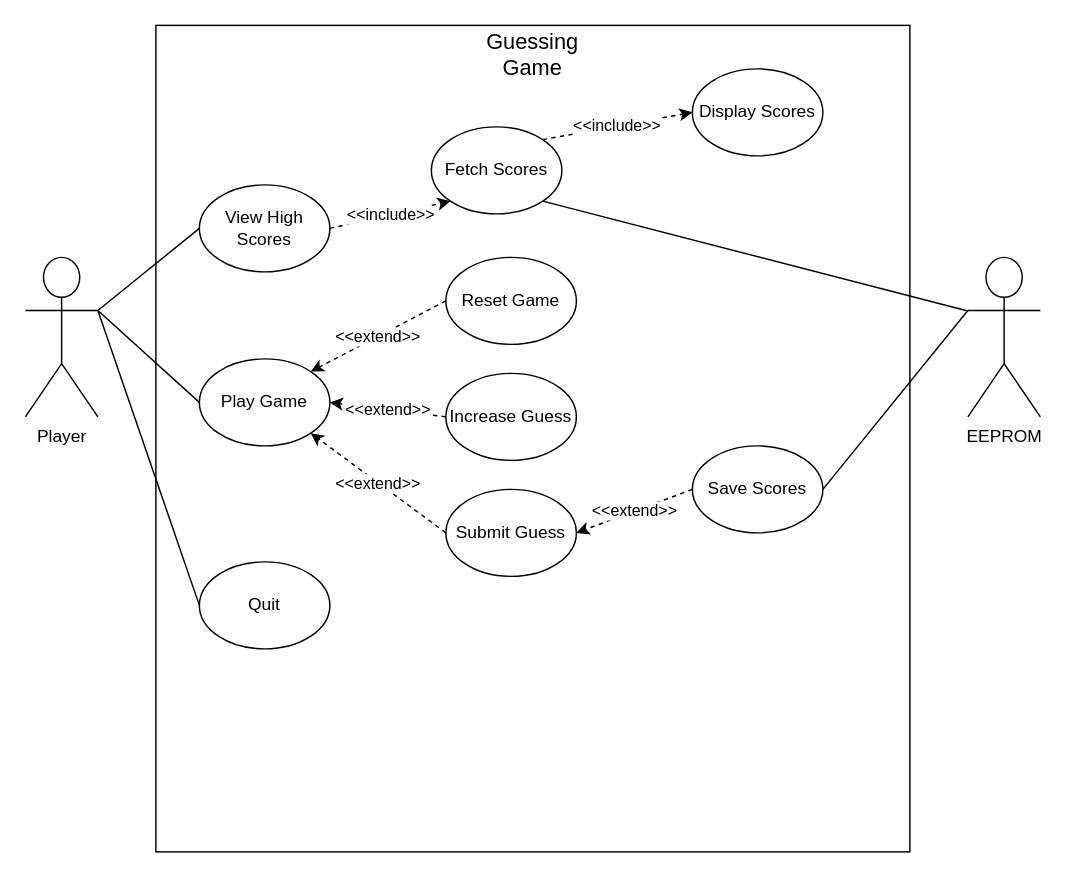
Above: Practical-3/EEE-guessing-game-Use-case diagram.drawio in Kore-rep/eee-3096s-practical-work (draw.io), before the change. Source tidied: cells renumbered, new cells numbered last; positions are measured from the earlier drawing's top-left corner, leaving out a move shared by most shapes. Both pictures are drawn from the tidied source at 145%, with x=0, y=0 at pixel (25, 25).
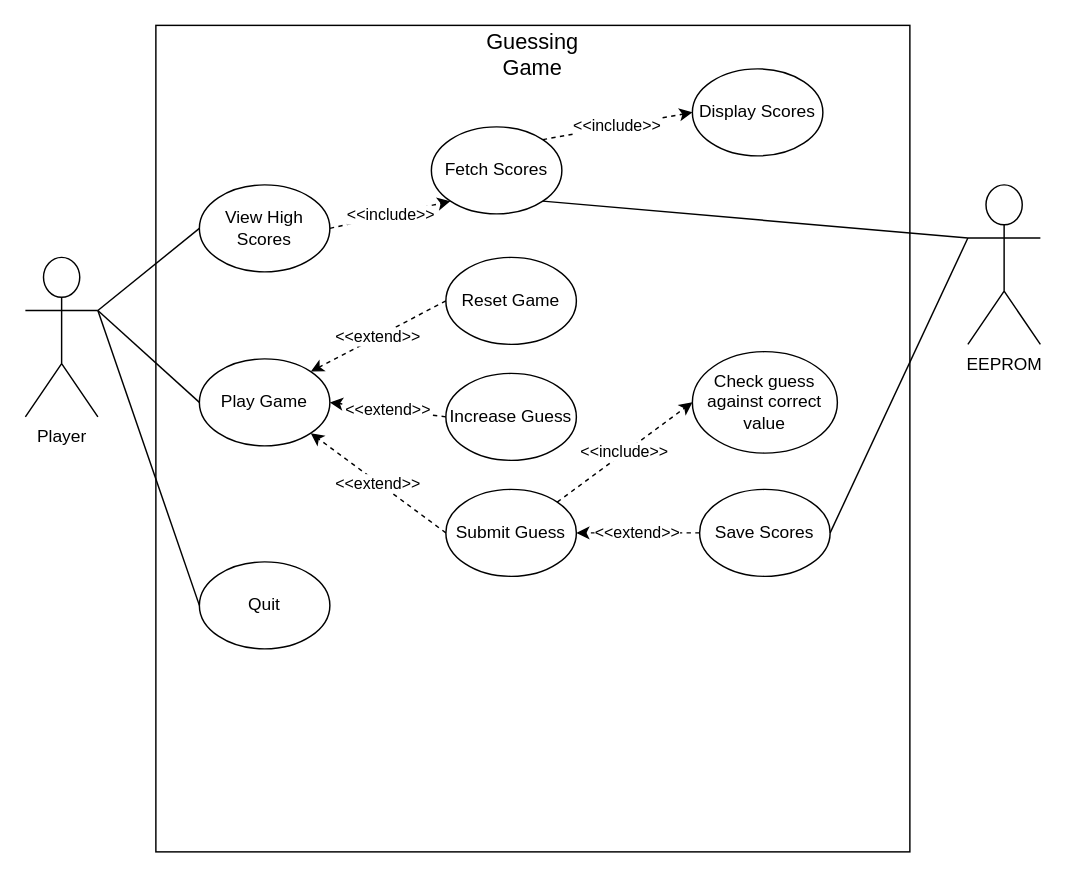
The same diagram, later.

Commit message (it also covers changes not shown here):
Added guess checking to use case diagram.

The change refers to these unchanged cells:
```xml
<mxCell id="9" value="Fetch Scores" style="ellipse;whiteSpace=wrap;html=1;rounded=0;glass=0;" parent="1" vertex="1">
  <mxGeometry x="280" y="70" width="90" height="60" as="geometry" />
</mxCell>
<mxCell id="23" value="Submit Guess" style="ellipse;whiteSpace=wrap;html=1;rounded=0;glass=0;" parent="1" vertex="1">
  <mxGeometry x="290" y="320" width="90" height="60" as="geometry" />
</mxCell>
```

Change to the diagram source:
```diff
@@
     <mxCell id="6" value="EEPROM" style="shape=umlActor;verticalLabelPosition=bottom;verticalAlign=top;html=1;outlineConnect=0;rounded=0;glass=0;" parent="1" vertex="1">
-      <mxGeometry x="650" y="160" width="50" height="110" as="geometry" />
+      <mxGeometry x="650" y="110" width="50" height="110" as="geometry" />
     </mxCell>
@@
-    <mxCell id="11" style="endArrow=none;html=1;entryX=1;entryY=1;entryDx=0;entryDy=0;" parent="1" edge="1" target="9">
-      <mxGeometry relative="1" as="geometry">
-        <mxPoint x="650" y="197" as="sourcePoint" />
-      </mxGeometry>
+    <mxCell id="11" style="endArrow=none;html=1;entryX=1;entryY=1;entryDx=0;entryDy=0;exitX=0;exitY=0.3333333333333333;exitDx=0;exitDy=0;exitPerimeter=0;" parent="1" edge="1" source="6" target="9">
+      <mxGeometry relative="1" as="geometry" />
     </mxCell>
@@
     <mxCell id="17" value="Save Scores" style="ellipse;whiteSpace=wrap;html=1;rounded=0;glass=0;" parent="1" vertex="1">
-      <mxGeometry x="460" y="290" width="90" height="60" as="geometry" />
+      <mxGeometry x="465" y="320" width="90" height="60" as="geometry" />
     </mxCell>
@@
+    <mxCell id="26" value="Check guess against correct value" style="ellipse;whiteSpace=wrap;html=1;rounded=0;glass=0;" parent="1" vertex="1">
+      <mxGeometry x="460" y="225" width="100" height="70" as="geometry" />
+    </mxCell>
+    <mxCell id="27" value="&amp;lt;&amp;lt;include&amp;gt;&amp;gt;" style="endArrow=classic;html=1;exitX=1;exitY=0;exitDx=0;exitDy=0;entryX=0;entryY=0.5;entryDx=0;entryDy=0;dashed=1;" parent="1" edge="1" source="23" target="26">
+      <mxGeometry relative="1" as="geometry" />
+    </mxCell>
```
